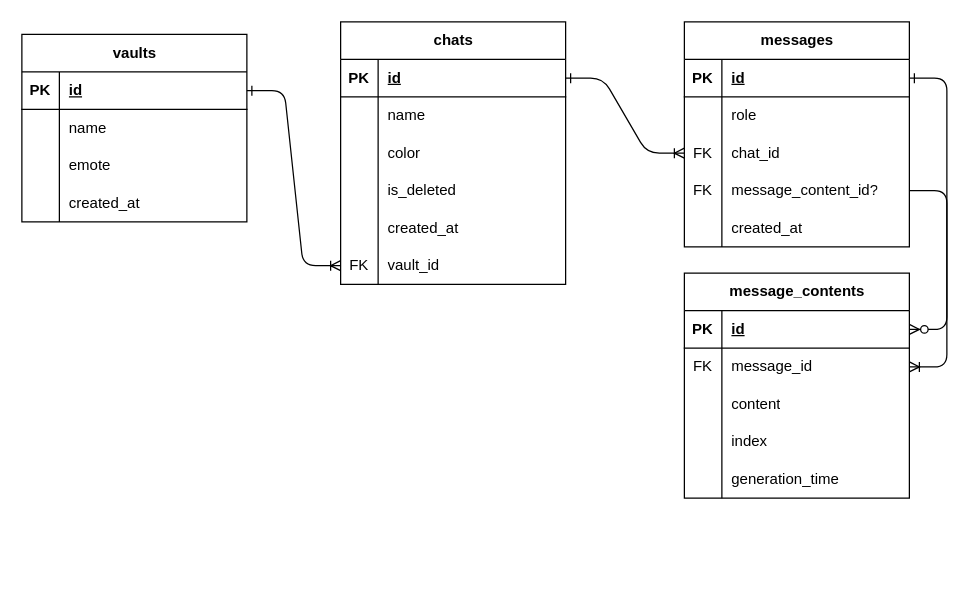
Above: assets/schema.drawio in RobotoSkunk/simple-chatbot (draw.io), before the change. Source tidied: cells renumbered, new cells numbered last; positions are measured from the earlier drawing's top-left corner, leaving out a move shared by most shapes. Both pictures are drawn from the tidied source at 125%, with x=0, y=0 at pixel (21, 21).
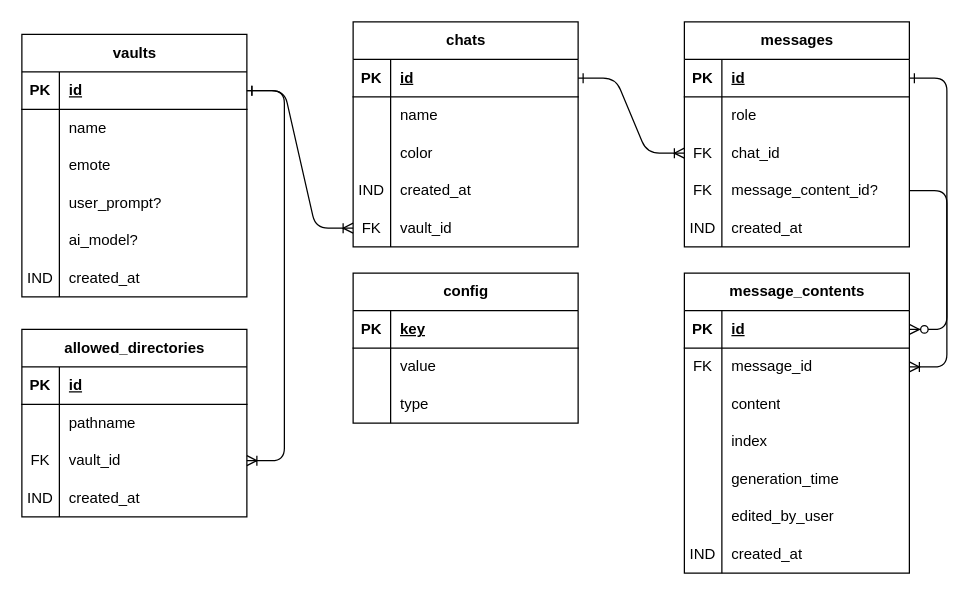
The same page after the edit.

The change refers to these unchanged cells:
```xml
<mxCell id="15" style="shape=tableRow;horizontal=0;startSize=0;swimlaneHead=0;swimlaneBody=0;fillColor=none;top=0;left=0;right=0;bottom=0;" parent="2" vertex="1">
  <mxGeometry y="150" width="180" height="30" as="geometry" />
</mxCell>
<mxCell id="38" style="shape=tableRow;horizontal=0;startSize=0;swimlaneHead=0;swimlaneBody=0;fillColor=none;points=[[0,0.5],[1,0.5]];portConstraint=eastwest;top=0;left=0;right=0;bottom=1;" parent="37" vertex="1">
  <mxGeometry y="30" width="180" height="30" as="geometry" />
</mxCell>
```

Diff of the diagram source:
```diff
@@
-    <mxCell id="16" style="shape=partialRectangle;fillColor=none;top=0;left=0;bottom=0;right=0;overflow=hidden;whiteSpace=wrap;html=1;" parent="15" vertex="1">
+    <mxCell id="16" value="IND" style="shape=partialRectangle;fillColor=none;top=0;left=0;bottom=0;right=0;overflow=hidden;whiteSpace=wrap;html=1;" parent="15" vertex="1">
       <mxGeometry width="30" height="30" as="geometry" />
     </mxCell>
@@
     <mxCell id="18" value="chats" style="shape=table;startSize=30;childLayout=tableLayout;rowLines=0;fontStyle=1;align=center;html=1;" parent="1" vertex="1">
-      <mxGeometry x="255" width="180" height="210" as="geometry" />
+      <mxGeometry x="265" width="180" height="180" as="geometry" />
     </mxCell>
@@
-    <mxCell id="28" style="shape=tableRow;horizontal=0;startSize=0;swimlaneHead=0;swimlaneBody=0;fillColor=none;top=0;left=0;right=0;bottom=0;" parent="18" vertex="1">
-      <mxGeometry y="120" width="180" height="30" as="geometry" />
-    </mxCell>
-    <mxCell id="29" style="shape=partialRectangle;fillColor=none;top=0;left=0;bottom=0;right=0;overflow=hidden;whiteSpace=wrap;html=1;" parent="28" vertex="1">
-      <mxGeometry width="30" height="30" as="geometry" />
-    </mxCell>
-    <mxCell id="30" value="is_deleted" style="shape=partialRectangle;fillColor=none;top=0;left=0;bottom=0;right=0;align=left;spacingLeft=6;overflow=hidden;whiteSpace=wrap;html=1;" parent="28" vertex="1">
-      <mxGeometry x="30" width="150" height="30" as="geometry" />
-    </mxCell>
     <mxCell id="31" style="shape=tableRow;horizontal=0;startSize=0;swimlaneHead=0;swimlaneBody=0;fillColor=none;top=0;left=0;right=0;bottom=0;" parent="18" vertex="1">
-      <mxGeometry y="150" width="180" height="30" as="geometry" />
+      <mxGeometry y="120" width="180" height="30" as="geometry" />
     </mxCell>
-    <mxCell id="32" style="shape=partialRectangle;fillColor=none;top=0;left=0;bottom=0;right=0;overflow=hidden;whiteSpace=wrap;html=1;" parent="31" vertex="1">
+    <mxCell id="32" value="IND" style="shape=partialRectangle;fillColor=none;top=0;left=0;bottom=0;right=0;overflow=hidden;whiteSpace=wrap;html=1;" parent="31" vertex="1">
       <mxGeometry width="30" height="30" as="geometry" />
     </mxCell>
@@
     <mxCell id="34" style="shape=tableRow;horizontal=0;startSize=0;swimlaneHead=0;swimlaneBody=0;fillColor=none;points=[[0,0.5],[1,0.5]];portConstraint=eastwest;top=0;left=0;right=0;bottom=0;" parent="18" vertex="1">
-      <mxGeometry y="180" width="180" height="30" as="geometry" />
+      <mxGeometry y="150" width="180" height="30" as="geometry" />
     </mxCell>
@@
     <mxCell id="37" value="vaults" style="shape=table;startSize=30;childLayout=tableLayout;rowLines=0;fontStyle=1;align=center;html=1;" parent="1" vertex="1">
-      <mxGeometry y="10" width="180" height="150" as="geometry" />
+      <mxGeometry y="10" width="180" height="210" as="geometry" />
     </mxCell>
@@
+    <mxCell id="70" style="shape=tableRow;horizontal=0;startSize=0;swimlaneHead=0;swimlaneBody=0;fillColor=none;top=0;left=0;right=0;bottom=0;" parent="37" vertex="1">
+      <mxGeometry y="120" width="180" height="30" as="geometry" />
+    </mxCell>
+    <mxCell id="71" style="shape=partialRectangle;fillColor=none;top=0;left=0;bottom=0;right=0;overflow=hidden;whiteSpace=wrap;html=1;" parent="70" vertex="1">
+      <mxGeometry width="30" height="30" as="geometry" />
+    </mxCell>
+    <mxCell id="72" value="user_prompt?" style="shape=partialRectangle;fillColor=none;top=0;left=0;bottom=0;right=0;align=left;spacingLeft=6;overflow=hidden;whiteSpace=wrap;html=1;" parent="70" vertex="1">
+      <mxGeometry x="30" width="150" height="30" as="geometry" />
+    </mxCell>
+    <mxCell id="73" style="shape=tableRow;horizontal=0;startSize=0;swimlaneHead=0;swimlaneBody=0;fillColor=none;top=0;left=0;right=0;bottom=0;" parent="37" vertex="1">
+      <mxGeometry y="150" width="180" height="30" as="geometry" />
+    </mxCell>
+    <mxCell id="74" style="shape=partialRectangle;fillColor=none;top=0;left=0;bottom=0;right=0;overflow=hidden;whiteSpace=wrap;html=1;" parent="73" vertex="1">
+      <mxGeometry width="30" height="30" as="geometry" />
+    </mxCell>
+    <mxCell id="75" value="ai_model?" style="shape=partialRectangle;fillColor=none;top=0;left=0;bottom=0;right=0;align=left;spacingLeft=6;overflow=hidden;whiteSpace=wrap;html=1;" parent="73" vertex="1">
+      <mxGeometry x="30" width="150" height="30" as="geometry" />
+    </mxCell>
     <mxCell id="47" style="shape=tableRow;horizontal=0;startSize=0;swimlaneHead=0;swimlaneBody=0;fillColor=none;top=0;left=0;right=0;bottom=0;" parent="37" vertex="1">
-      <mxGeometry y="120" width="180" height="30" as="geometry" />
+      <mxGeometry y="180" width="180" height="30" as="geometry" />
     </mxCell>
-    <mxCell id="48" style="shape=partialRectangle;fillColor=none;top=0;left=0;bottom=0;right=0;overflow=hidden;whiteSpace=wrap;html=1;" parent="47" vertex="1">
+    <mxCell id="48" value="IND" style="shape=partialRectangle;fillColor=none;top=0;left=0;bottom=0;right=0;overflow=hidden;whiteSpace=wrap;html=1;" parent="47" vertex="1">
       <mxGeometry width="30" height="30" as="geometry" />
     </mxCell>
@@
     <mxCell id="51" value="message_contents" style="shape=table;startSize=30;childLayout=tableLayout;rowLines=0;fontStyle=1;align=center;html=1;" parent="1" vertex="1">
-      <mxGeometry x="530" y="201" width="180" height="180" as="geometry" />
+      <mxGeometry x="530" y="201" width="180" height="240" as="geometry" />
     </mxCell>
@@
+    <mxCell id="76" style="shape=tableRow;horizontal=0;startSize=0;swimlaneHead=0;swimlaneBody=0;fillColor=none;top=0;left=0;right=0;bottom=0;" parent="51" vertex="1">
+      <mxGeometry y="180" width="180" height="30" as="geometry" />
+    </mxCell>
+    <mxCell id="77" style="shape=partialRectangle;fillColor=none;top=0;left=0;bottom=0;right=0;overflow=hidden;whiteSpace=wrap;html=1;" parent="76" vertex="1">
+      <mxGeometry width="30" height="30" as="geometry" />
+    </mxCell>
+    <mxCell id="78" value="edited_by_user" style="shape=partialRectangle;fillColor=none;top=0;left=0;bottom=0;right=0;align=left;spacingLeft=6;overflow=hidden;whiteSpace=wrap;html=1;" parent="76" vertex="1">
+      <mxGeometry x="30" width="150" height="30" as="geometry" />
+    </mxCell>
+    <mxCell id="79" style="shape=tableRow;horizontal=0;startSize=0;swimlaneHead=0;swimlaneBody=0;fillColor=none;top=0;left=0;right=0;bottom=0;" parent="51" vertex="1">
+      <mxGeometry y="210" width="180" height="30" as="geometry" />
+    </mxCell>
+    <mxCell id="80" value="IND" style="shape=partialRectangle;fillColor=none;top=0;left=0;bottom=0;right=0;overflow=hidden;whiteSpace=wrap;html=1;" parent="79" vertex="1">
+      <mxGeometry width="30" height="30" as="geometry" />
+    </mxCell>
+    <mxCell id="81" value="created_at" style="shape=partialRectangle;fillColor=none;top=0;left=0;bottom=0;right=0;align=left;spacingLeft=6;overflow=hidden;whiteSpace=wrap;html=1;" parent="79" vertex="1">
+      <mxGeometry x="30" width="150" height="30" as="geometry" />
+    </mxCell>
@@
+    <mxCell id="82" value="allowed_directories" style="shape=table;startSize=30;childLayout=tableLayout;rowLines=0;fontStyle=1;align=center;html=1;" parent="1" vertex="1">
+      <mxGeometry y="246" width="180" height="150" as="geometry" />
+    </mxCell>
+    <mxCell id="83" style="shape=tableRow;horizontal=0;startSize=0;swimlaneHead=0;swimlaneBody=0;fillColor=none;top=0;left=0;right=0;bottom=1;" parent="82" vertex="1">
+      <mxGeometry y="30" width="180" height="30" as="geometry" />
+    </mxCell>
+    <mxCell id="84" value="PK" style="shape=partialRectangle;fillColor=none;top=0;left=0;bottom=0;right=0;fontStyle=1;overflow=hidden;whiteSpace=wrap;html=1;" parent="83" vertex="1">
+      <mxGeometry width="30" height="30" as="geometry" />
+    </mxCell>
+    <mxCell id="85" value="id" style="shape=partialRectangle;fillColor=none;top=0;left=0;bottom=0;right=0;align=left;spacingLeft=6;fontStyle=5;overflow=hidden;whiteSpace=wrap;html=1;" parent="83" vertex="1">
+      <mxGeometry x="30" width="150" height="30" as="geometry" />
+    </mxCell>
+    <mxCell id="86" style="shape=tableRow;horizontal=0;startSize=0;swimlaneHead=0;swimlaneBody=0;fillColor=none;top=0;left=0;right=0;bottom=0;" parent="82" vertex="1">
+      <mxGeometry y="60" width="180" height="30" as="geometry" />
+    </mxCell>
+    <mxCell id="87" style="shape=partialRectangle;fillColor=none;top=0;left=0;bottom=0;right=0;overflow=hidden;whiteSpace=wrap;html=1;" parent="86" vertex="1">
+      <mxGeometry width="30" height="30" as="geometry" />
+    </mxCell>
+    <mxCell id="88" value="pathname" style="shape=partialRectangle;fillColor=none;top=0;left=0;bottom=0;right=0;align=left;spacingLeft=6;overflow=hidden;whiteSpace=wrap;html=1;" parent="86" vertex="1">
+      <mxGeometry x="30" width="150" height="30" as="geometry" />
+    </mxCell>
+    <mxCell id="89" style="shape=tableRow;horizontal=0;startSize=0;swimlaneHead=0;swimlaneBody=0;fillColor=none;points=[[0,0.5],[1,0.5]];portConstraint=eastwest;top=0;left=0;right=0;bottom=0;" parent="82" vertex="1">
+      <mxGeometry y="90" width="180" height="30" as="geometry" />
+    </mxCell>
+    <mxCell id="90" value="FK" style="shape=partialRectangle;fillColor=none;top=0;left=0;bottom=0;right=0;overflow=hidden;whiteSpace=wrap;html=1;" parent="89" vertex="1">
+      <mxGeometry width="30" height="30" as="geometry" />
+    </mxCell>
+    <mxCell id="91" value="vault_id" style="shape=partialRectangle;fillColor=none;top=0;left=0;bottom=0;right=0;align=left;spacingLeft=6;overflow=hidden;whiteSpace=wrap;html=1;" parent="89" vertex="1">
+      <mxGeometry x="30" width="150" height="30" as="geometry" />
+    </mxCell>
+    <mxCell id="92" style="shape=tableRow;horizontal=0;startSize=0;swimlaneHead=0;swimlaneBody=0;fillColor=none;top=0;left=0;right=0;bottom=0;" parent="82" vertex="1">
+      <mxGeometry y="120" width="180" height="30" as="geometry" />
+    </mxCell>
+    <mxCell id="93" value="IND" style="shape=partialRectangle;fillColor=none;top=0;left=0;bottom=0;right=0;overflow=hidden;whiteSpace=wrap;html=1;" parent="92" vertex="1">
+      <mxGeometry width="30" height="30" as="geometry" />
+    </mxCell>
+    <mxCell id="94" value="created_at" style="shape=partialRectangle;fillColor=none;top=0;left=0;bottom=0;right=0;align=left;spacingLeft=6;overflow=hidden;whiteSpace=wrap;html=1;" parent="92" vertex="1">
+      <mxGeometry x="30" width="150" height="30" as="geometry" />
+    </mxCell>
+    <mxCell id="95" style="edgeStyle=entityRelationEdgeStyle;fontSize=12;html=1;endArrow=ERoneToMany;exitX=1;exitY=0.5;exitDx=0;exitDy=0;entryX=1;entryY=0.5;entryDx=0;entryDy=0;startArrow=ERone;startFill=0;" parent="1" edge="1" source="38" target="89">
+      <mxGeometry relative="1" as="geometry">
+        <Array as="points">
+          <mxPoint x="-45" y="181" />
+          <mxPoint x="-65" y="181" />
+        </Array>
+      </mxGeometry>
+    </mxCell>
+    <mxCell id="96" value="config" style="shape=table;startSize=30;childLayout=tableLayout;rowLines=0;fontStyle=1;align=center;html=1;" parent="1" vertex="1">
+      <mxGeometry x="265" y="201" width="180" height="120" as="geometry" />
+    </mxCell>
+    <mxCell id="97" style="shape=tableRow;horizontal=0;startSize=0;swimlaneHead=0;swimlaneBody=0;fillColor=none;top=0;left=0;right=0;bottom=1;" parent="96" vertex="1">
+      <mxGeometry y="30" width="180" height="30" as="geometry" />
+    </mxCell>
+    <mxCell id="98" value="PK" style="shape=partialRectangle;fillColor=none;top=0;left=0;bottom=0;right=0;fontStyle=1;overflow=hidden;whiteSpace=wrap;html=1;" parent="97" vertex="1">
+      <mxGeometry width="30" height="30" as="geometry" />
+    </mxCell>
+    <mxCell id="99" value="key" style="shape=partialRectangle;fillColor=none;top=0;left=0;bottom=0;right=0;align=left;spacingLeft=6;fontStyle=5;overflow=hidden;whiteSpace=wrap;html=1;" parent="97" vertex="1">
+      <mxGeometry x="30" width="150" height="30" as="geometry" />
+    </mxCell>
+    <mxCell id="100" style="shape=tableRow;horizontal=0;startSize=0;swimlaneHead=0;swimlaneBody=0;fillColor=none;top=0;left=0;right=0;bottom=0;" parent="96" vertex="1">
+      <mxGeometry y="60" width="180" height="30" as="geometry" />
+    </mxCell>
+    <mxCell id="101" style="shape=partialRectangle;fillColor=none;top=0;left=0;bottom=0;right=0;overflow=hidden;whiteSpace=wrap;html=1;" parent="100" vertex="1">
+      <mxGeometry width="30" height="30" as="geometry" />
+    </mxCell>
+    <mxCell id="102" value="value" style="shape=partialRectangle;fillColor=none;top=0;left=0;bottom=0;right=0;align=left;spacingLeft=6;overflow=hidden;whiteSpace=wrap;html=1;" parent="100" vertex="1">
+      <mxGeometry x="30" width="150" height="30" as="geometry" />
+    </mxCell>
+    <mxCell id="103" style="shape=tableRow;horizontal=0;startSize=0;swimlaneHead=0;swimlaneBody=0;fillColor=none;top=0;left=0;right=0;bottom=0;" parent="96" vertex="1">
+      <mxGeometry y="90" width="180" height="30" as="geometry" />
+    </mxCell>
+    <mxCell id="104" style="shape=partialRectangle;fillColor=none;top=0;left=0;bottom=0;right=0;overflow=hidden;whiteSpace=wrap;html=1;" parent="103" vertex="1">
+      <mxGeometry width="30" height="30" as="geometry" />
+    </mxCell>
+    <mxCell id="105" value="type" style="shape=partialRectangle;fillColor=none;top=0;left=0;bottom=0;right=0;align=left;spacingLeft=6;overflow=hidden;whiteSpace=wrap;html=1;" parent="103" vertex="1">
+      <mxGeometry x="30" width="150" height="30" as="geometry" />
+    </mxCell>
```
